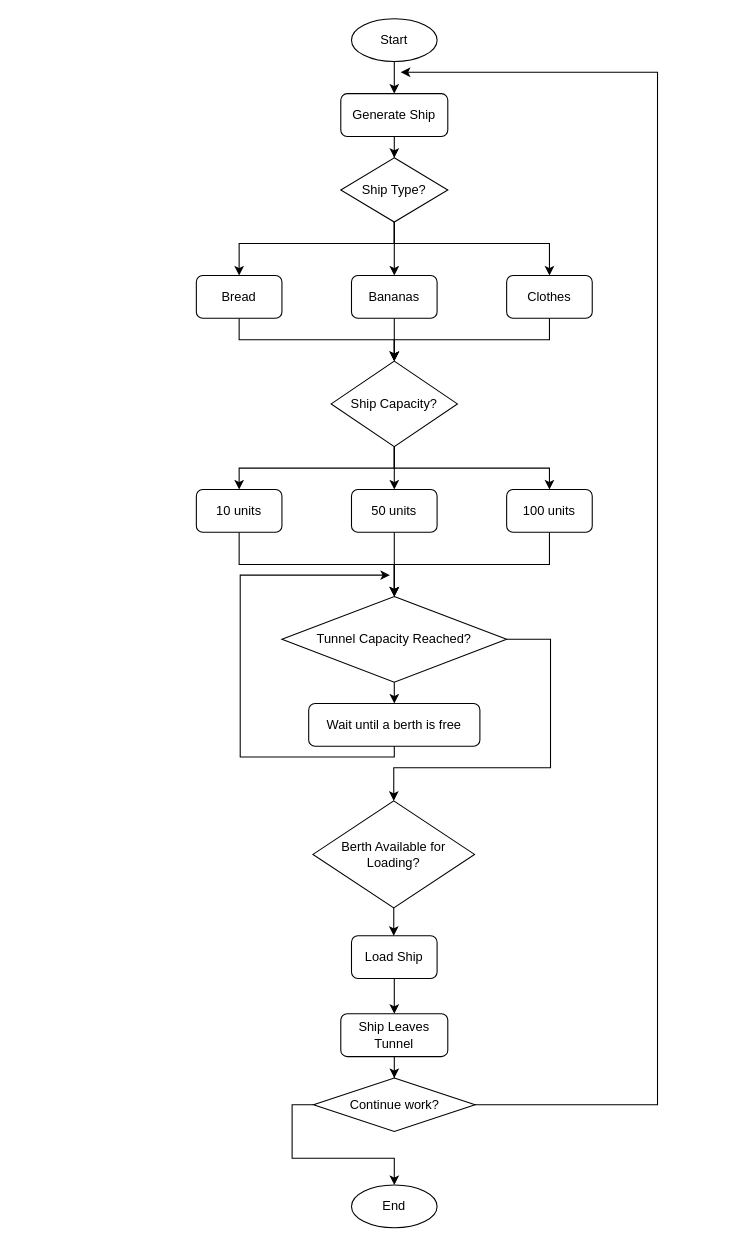
This is src/main/java/net/dunice/advancedjavaprojectacademy/tasks/block5/MultithreadingOnBoats.drawio from apoplyuiko/PoplyuykoAdvancedJava, a draw.io file, before an edit. Source tidied: cells renumbered, new cells numbered last; positions are measured from the earlier drawing's top-left corner, leaving out a move shared by most shapes. Both pictures are drawn from the tidied source at 107%, with x=0, y=0 at pixel (196, 18).
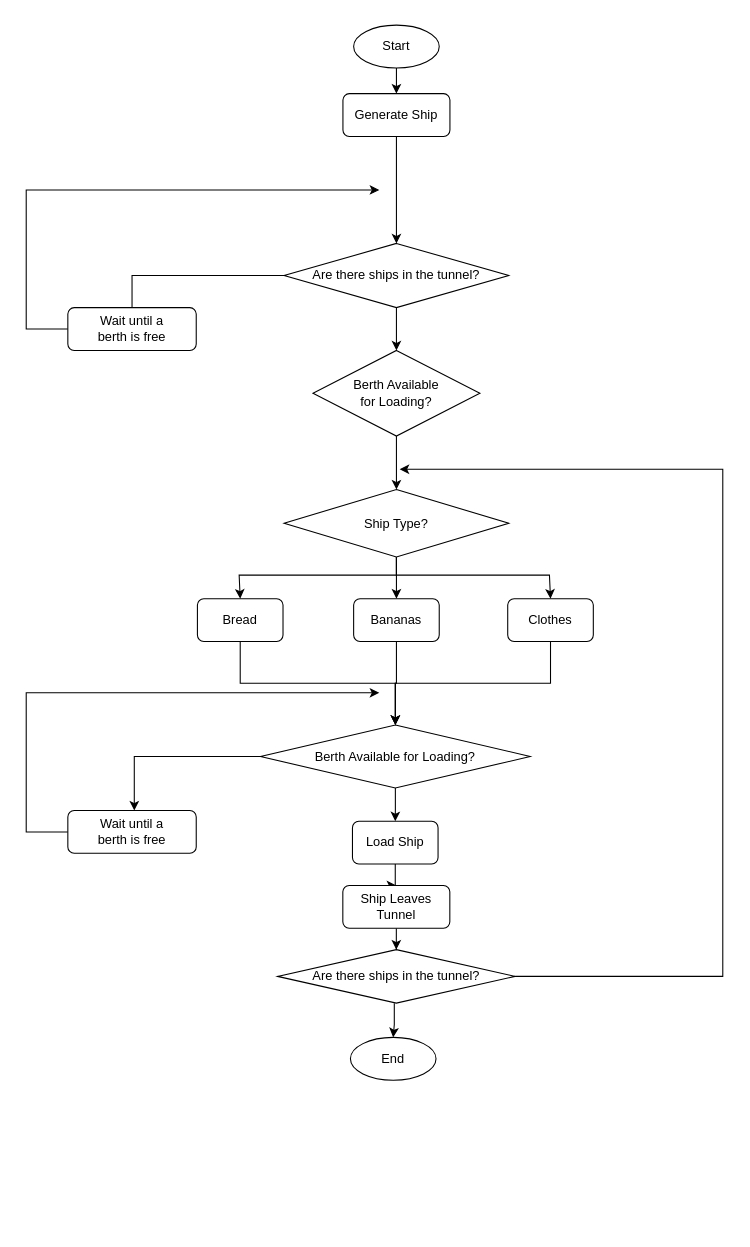
Above is the later version.

Commit message:
Fix diagram for block5

What changed in the source:
```diff
@@
-<mxGraphModel>
+<mxGraphModel background="#FFFFFF">
@@
-    <mxCell id="2" style="edgeStyle=orthogonalEdgeStyle;rounded=0;jettySize=auto;html=1;entryX=0.5;entryY=0;entryDx=0;entryDy=0;" parent="1" edge="1" source="3" target="5">
+    <mxCell id="2" style="edgeStyle=orthogonalEdgeStyle;rounded=0;jettySize=auto;html=1;entryX=0.5;entryY=0;entryDx=0;entryDy=0;strokeColor=#000000;" parent="1" edge="1" source="3" target="5">
       <mxGeometry relative="1" as="geometry" />
     </mxCell>
-    <mxCell id="3" value="Start" style="shape=ellipse;whiteSpace=wrap;html=1;" parent="1" vertex="1">
-      <mxGeometry x="145" width="80" height="40" as="geometry" />
+    <mxCell id="3" value="Start" style="shape=ellipse;whiteSpace=wrap;html=1;strokeColor=#000000;" parent="1" vertex="1">
+      <mxGeometry x="147" y="6" width="80" height="40" as="geometry" />
     </mxCell>
-    <mxCell id="4" style="edgeStyle=orthogonalEdgeStyle;rounded=0;jettySize=auto;html=1;entryX=0.5;entryY=0;entryDx=0;entryDy=0;" parent="1" edge="1" source="5" target="9">
-      <mxGeometry relative="1" as="geometry" />
-    </mxCell>
+    <mxCell id="41" style="edgeStyle=orthogonalEdgeStyle;rounded=0;jettySize=auto;html=1;strokeColor=#000000;" parent="1" edge="1" source="5" target="39">
+      <mxGeometry relative="1" as="geometry" />
+    </mxCell>
-    <mxCell id="5" value="Generate Ship" style="rounded=1;whiteSpace=wrap;html=1;" parent="1" vertex="1">
-      <mxGeometry x="135" y="70" width="100" height="40" as="geometry" />
+    <mxCell id="5" value="Generate Ship" style="rounded=1;whiteSpace=wrap;html=1;strokeColor=#000000;" parent="1" vertex="1">
+      <mxGeometry x="137" y="70" width="100" height="40" as="geometry" />
     </mxCell>
-    <mxCell id="6" style="edgeStyle=orthogonalEdgeStyle;rounded=0;jettySize=auto;html=1;entryX=0.5;entryY=0;entryDx=0;entryDy=0;" parent="1" edge="1" source="9" target="13">
-      <mxGeometry relative="1" as="geometry" />
-    </mxCell>
-    <mxCell id="7" style="edgeStyle=orthogonalEdgeStyle;rounded=0;jettySize=auto;html=1;" parent="1" edge="1" source="9" target="11">
-      <mxGeometry relative="1" as="geometry">
-        <Array as="points">
-          <mxPoint x="185" y="210" />
-          <mxPoint x="40" y="210" />
-        </Array>
-      </mxGeometry>
-    </mxCell>
-    <mxCell id="8" style="edgeStyle=orthogonalEdgeStyle;rounded=0;jettySize=auto;html=1;" parent="1" edge="1" source="9" target="15">
-      <mxGeometry relative="1" as="geometry">
-        <Array as="points">
-          <mxPoint x="185" y="210" />
-          <mxPoint x="330" y="210" />
-        </Array>
-      </mxGeometry>
-    </mxCell>
+    <mxCell id="42" style="edgeStyle=orthogonalEdgeStyle;rounded=0;jettySize=auto;html=1;entryX=0.5;entryY=0;entryDx=0;entryDy=0;strokeColor=#000000;" parent="1" edge="1" source="9" target="27">
+      <mxGeometry relative="1" as="geometry" />
+    </mxCell>
-    <mxCell id="9" value="Ship Type?" style="shape=rhombus;whiteSpace=wrap;html=1;" parent="1" vertex="1">
-      <mxGeometry x="135" y="130" width="100" height="60" as="geometry" />
+    <mxCell id="9" value="Berth Available &lt;br&gt;for Loading?" style="shape=rhombus;whiteSpace=wrap;html=1;strokeColor=#000000;" parent="1" vertex="1">
+      <mxGeometry x="109" y="310" width="156" height="80" as="geometry" />
     </mxCell>
-    <mxCell id="10" style="edgeStyle=orthogonalEdgeStyle;rounded=0;jettySize=auto;html=1;exitX=0.5;exitY=1;exitDx=0;exitDy=0;" parent="1" edge="1" source="11" target="19">
-      <mxGeometry relative="1" as="geometry" />
-    </mxCell>
+    <mxCell id="43" style="edgeStyle=orthogonalEdgeStyle;rounded=0;jettySize=auto;html=1;entryX=0.5;entryY=0;entryDx=0;entryDy=0;strokeColor=#000000;" parent="1" edge="1" source="11" target="31">
+      <mxGeometry relative="1" as="geometry" />
+    </mxCell>
-    <mxCell id="11" value="Bread" style="rounded=1;whiteSpace=wrap;html=1;" parent="1" vertex="1">
-      <mxGeometry y="240" width="80" height="40" as="geometry" />
+    <mxCell id="11" value="Bread" style="rounded=1;whiteSpace=wrap;html=1;strokeColor=#000000;" parent="1" vertex="1">
+      <mxGeometry x="1" y="542" width="80" height="40" as="geometry" />
     </mxCell>
-    <mxCell id="12" style="edgeStyle=orthogonalEdgeStyle;rounded=0;jettySize=auto;html=1;entryX=0.5;entryY=0;entryDx=0;entryDy=0;" parent="1" edge="1" source="13" target="19">
-      <mxGeometry relative="1" as="geometry" />
-    </mxCell>
+    <mxCell id="44" style="edgeStyle=orthogonalEdgeStyle;rounded=0;jettySize=auto;html=1;entryX=0.5;entryY=0;entryDx=0;entryDy=0;strokeColor=#000000;" parent="1" edge="1" source="13" target="31">
+      <mxGeometry relative="1" as="geometry" />
+    </mxCell>
-    <mxCell id="13" value="Bananas" style="rounded=1;whiteSpace=wrap;html=1;" parent="1" vertex="1">
-      <mxGeometry x="145" y="240" width="80" height="40" as="geometry" />
+    <mxCell id="13" value="Bananas" style="rounded=1;whiteSpace=wrap;html=1;strokeColor=#000000;" parent="1" vertex="1">
+      <mxGeometry x="147" y="542" width="80" height="40" as="geometry" />
     </mxCell>
-    <mxCell id="14" style="edgeStyle=orthogonalEdgeStyle;rounded=0;jettySize=auto;html=1;entryX=0.5;entryY=0;entryDx=0;entryDy=0;" parent="1" edge="1" source="15" target="19">
-      <mxGeometry relative="1" as="geometry">
-        <Array as="points">
-          <mxPoint x="330" y="300" />
-          <mxPoint x="185" y="300" />
-        </Array>
-      </mxGeometry>
-    </mxCell>
+    <mxCell id="45" style="edgeStyle=orthogonalEdgeStyle;rounded=0;jettySize=auto;html=1;entryX=0.5;entryY=0;entryDx=0;entryDy=0;strokeColor=#000000;" parent="1" edge="1" source="15" target="31">
+      <mxGeometry relative="1" as="geometry" />
+    </mxCell>
-    <mxCell id="15" value="Clothes" style="rounded=1;whiteSpace=wrap;html=1;" parent="1" vertex="1">
-      <mxGeometry x="290" y="240" width="80" height="40" as="geometry" />
+    <mxCell id="15" value="Clothes" style="rounded=1;whiteSpace=wrap;html=1;strokeColor=#000000;" parent="1" vertex="1">
+      <mxGeometry x="291" y="542" width="80" height="40" as="geometry" />
     </mxCell>
-    <mxCell id="16" style="edgeStyle=orthogonalEdgeStyle;rounded=0;jettySize=auto;html=1;entryX=0.5;entryY=0;entryDx=0;entryDy=0;exitX=0.5;exitY=1;exitDx=0;exitDy=0;" parent="1" edge="1" source="19" target="21">
-      <mxGeometry relative="1" as="geometry" />
+    <mxCell id="16" style="edgeStyle=orthogonalEdgeStyle;rounded=0;orthogonalLoop=1;jettySize=auto;html=1;entryX=0.5;entryY=0;entryDx=0;entryDy=0;exitX=0.5;exitY=1;exitDx=0;exitDy=0;" parent="1" edge="1">
+      <mxGeometry relative="1" as="geometry">
+        <mxPoint x="39" y="390" as="targetPoint" />
+      </mxGeometry>
     </mxCell>
-    <mxCell id="17" style="edgeStyle=orthogonalEdgeStyle;rounded=0;jettySize=auto;html=1;entryX=0.5;entryY=0;entryDx=0;entryDy=0;" parent="1" edge="1" source="19" target="23">
-      <mxGeometry relative="1" as="geometry" />
+    <mxCell id="17" style="edgeStyle=orthogonalEdgeStyle;rounded=0;orthogonalLoop=1;jettySize=auto;html=1;entryX=0.5;entryY=0;entryDx=0;entryDy=0;" parent="1" edge="1">
+      <mxGeometry relative="1" as="geometry">
+        <mxPoint x="185" y="390" as="targetPoint" />
+      </mxGeometry>
     </mxCell>
-    <mxCell id="18" style="edgeStyle=orthogonalEdgeStyle;rounded=0;jettySize=auto;html=1;entryX=0.5;entryY=0;entryDx=0;entryDy=0;exitX=0.5;exitY=1;exitDx=0;exitDy=0;" parent="1" edge="1" source="19" target="25">
-      <mxGeometry relative="1" as="geometry" />
-    </mxCell>
-    <mxCell id="19" value="Ship Capacity?" style="shape=rhombus;whiteSpace=wrap;html=1;" parent="1" vertex="1">
-      <mxGeometry x="126" y="320" width="118" height="80" as="geometry" />
-    </mxCell>
-    <mxCell id="20" style="edgeStyle=orthogonalEdgeStyle;rounded=0;jettySize=auto;html=1;" parent="1" edge="1" source="21" target="27">
-      <mxGeometry relative="1" as="geometry" />
-    </mxCell>
-    <mxCell id="21" value="10 units" style="rounded=1;whiteSpace=wrap;html=1;" parent="1" vertex="1">
-      <mxGeometry y="440" width="80" height="40" as="geometry" />
-    </mxCell>
-    <mxCell id="22" style="edgeStyle=orthogonalEdgeStyle;rounded=0;jettySize=auto;html=1;entryX=0.5;entryY=0;entryDx=0;entryDy=0;" parent="1" edge="1" source="23" target="27">
-      <mxGeometry relative="1" as="geometry" />
-    </mxCell>
-    <mxCell id="23" value="50 units" style="rounded=1;whiteSpace=wrap;html=1;" parent="1" vertex="1">
-      <mxGeometry x="145" y="440" width="80" height="40" as="geometry" />
-    </mxCell>
-    <mxCell id="24" style="edgeStyle=orthogonalEdgeStyle;rounded=0;jettySize=auto;html=1;entryX=0.5;entryY=0;entryDx=0;entryDy=0;" parent="1" edge="1" source="25" target="27">
-      <mxGeometry relative="1" as="geometry" />
-    </mxCell>
-    <mxCell id="25" value="100 units" style="rounded=1;whiteSpace=wrap;html=1;" parent="1" vertex="1">
-      <mxGeometry x="290" y="440" width="80" height="40" as="geometry" />
-    </mxCell>
-    <mxCell id="26" style="edgeStyle=orthogonalEdgeStyle;rounded=0;jettySize=auto;html=1;entryX=0.5;entryY=0;entryDx=0;entryDy=0;exitX=1;exitY=0.5;exitDx=0;exitDy=0;" parent="1" edge="1" source="27" target="31">
-      <mxGeometry relative="1" as="geometry">
-        <Array as="points">
-          <mxPoint x="331" y="580" />
-          <mxPoint x="331" y="700" />
-          <mxPoint x="185" y="700" />
-          <mxPoint x="185" y="731" />
-        </Array>
-      </mxGeometry>
-    </mxCell>
+    <mxCell id="46" style="edgeStyle=orthogonalEdgeStyle;rounded=0;jettySize=auto;html=1;entryX=0.5;entryY=0;entryDx=0;entryDy=0;exitX=0.5;exitY=1;exitDx=0;exitDy=0;strokeColor=#000000;" parent="1" edge="1" source="39" target="9">
+      <mxGeometry relative="1" as="geometry" />
+    </mxCell>
+    <mxCell id="47" style="edgeStyle=orthogonalEdgeStyle;rounded=0;jettySize=auto;html=1;exitX=0;exitY=0.5;exitDx=0;exitDy=0;strokeColor=#000000;" parent="1" edge="1" source="31" target="29">
+      <mxGeometry relative="1" as="geometry">
+        <Array as="points">
+          <mxPoint x="-58" y="690" />
+        </Array>
+      </mxGeometry>
+    </mxCell>
+    <mxCell id="48" style="edgeStyle=orthogonalEdgeStyle;rounded=0;jettySize=auto;html=1;entryX=0.5;entryY=0;entryDx=0;entryDy=0;strokeColor=#000000;" parent="1" edge="1" source="27" target="11">
+      <mxGeometry relative="1" as="geometry">
+        <Array as="points">
+          <mxPoint x="187" y="520" />
+          <mxPoint x="40" y="520" />
+          <mxPoint x="40" y="542" />
+        </Array>
+      </mxGeometry>
+    </mxCell>
+    <mxCell id="49" style="edgeStyle=orthogonalEdgeStyle;rounded=0;jettySize=auto;html=1;entryX=0.5;entryY=0;entryDx=0;entryDy=0;strokeColor=#000000;" parent="1" edge="1" source="27" target="13">
+      <mxGeometry relative="1" as="geometry" />
+    </mxCell>
+    <mxCell id="50" style="edgeStyle=orthogonalEdgeStyle;rounded=0;jettySize=auto;html=1;entryX=0.5;entryY=0;entryDx=0;entryDy=0;strokeColor=#000000;" parent="1" edge="1" source="27" target="15">
+      <mxGeometry relative="1" as="geometry">
+        <Array as="points">
+          <mxPoint x="187" y="520" />
+          <mxPoint x="330" y="520" />
+          <mxPoint x="330" y="542" />
+        </Array>
+      </mxGeometry>
+    </mxCell>
-    <mxCell id="27" value="Tunnel Capacity Reached?" style="shape=rhombus;whiteSpace=wrap;html=1;" parent="1" vertex="1">
-      <mxGeometry x="80" y="540" width="210" height="80" as="geometry" />
+    <mxCell id="27" value="Ship Type?" style="shape=rhombus;whiteSpace=wrap;html=1;strokeColor=#000000;" parent="1" vertex="1">
+      <mxGeometry x="82" y="440" width="210" height="63" as="geometry" />
     </mxCell>
-    <mxCell id="28" style="edgeStyle=orthogonalEdgeStyle;rounded=0;jettySize=auto;html=1;exitX=0.5;exitY=1;exitDx=0;exitDy=0;" parent="1" edge="1" source="29">
-      <mxGeometry relative="1" as="geometry">
-        <mxPoint x="181" y="520" as="targetPoint" />
-        <Array as="points">
-          <mxPoint x="185" y="690" />
-          <mxPoint x="41" y="690" />
-          <mxPoint x="41" y="520" />
-        </Array>
-      </mxGeometry>
-    </mxCell>
+    <mxCell id="51" style="edgeStyle=orthogonalEdgeStyle;rounded=0;jettySize=auto;html=1;strokeColor=#000000;" parent="1" edge="1" source="29">
+      <mxGeometry relative="1" as="geometry">
+        <mxPoint x="171" y="630" as="targetPoint" />
+        <Array as="points">
+          <mxPoint x="-159" y="760" />
+          <mxPoint x="-159" y="630" />
+        </Array>
+      </mxGeometry>
+    </mxCell>
-    <mxCell id="29" value="Wait until a berth is free" style="rounded=1;whiteSpace=wrap;html=1;" parent="1" vertex="1">
-      <mxGeometry x="105" y="640" width="160" height="40" as="geometry" />
+    <mxCell id="29" value="Wait until a &lt;br&gt;berth is free" style="rounded=1;whiteSpace=wrap;html=1;strokeColor=#000000;" parent="1" vertex="1">
+      <mxGeometry x="-120.1" y="740" width="120" height="40" as="geometry" />
     </mxCell>
-    <mxCell id="30" style="edgeStyle=orthogonalEdgeStyle;rounded=0;jettySize=auto;html=1;entryX=0.494;entryY=0.003;entryDx=0;entryDy=0;entryPerimeter=0;" parent="1" edge="1" source="31" target="33">
+    <mxCell id="30" style="edgeStyle=orthogonalEdgeStyle;rounded=0;jettySize=auto;html=1;entryX=0.5;entryY=0;entryDx=0;entryDy=0;strokeColor=#000000;" parent="1" edge="1" source="31" target="33">
       <mxGeometry relative="1" as="geometry" />
     </mxCell>
-    <mxCell id="31" value="Berth Available for Loading?" style="shape=rhombus;whiteSpace=wrap;html=1;" parent="1" vertex="1">
-      <mxGeometry x="109" y="731" width="151" height="100" as="geometry" />
+    <mxCell id="31" value="Berth Available for Loading?" style="shape=rhombus;whiteSpace=wrap;html=1;strokeColor=#000000;" parent="1" vertex="1">
+      <mxGeometry x="60" y="660" width="252" height="59" as="geometry" />
     </mxCell>
-    <mxCell id="32" style="edgeStyle=orthogonalEdgeStyle;rounded=0;jettySize=auto;html=1;entryX=0.5;entryY=0;entryDx=0;entryDy=0;" parent="1" edge="1" source="33" target="35">
+    <mxCell id="32" style="edgeStyle=orthogonalEdgeStyle;rounded=0;jettySize=auto;html=1;entryX=0.5;entryY=0;entryDx=0;entryDy=0;strokeColor=#000000;" parent="1" edge="1" source="33" target="35">
       <mxGeometry relative="1" as="geometry" />
     </mxCell>
-    <mxCell id="33" value="Load Ship" style="rounded=1;whiteSpace=wrap;html=1;" parent="1" vertex="1">
-      <mxGeometry x="145" y="857" width="80" height="40" as="geometry" />
+    <mxCell id="33" value="Load Ship" style="rounded=1;whiteSpace=wrap;html=1;strokeColor=#000000;" parent="1" vertex="1">
+      <mxGeometry x="145.9" y="750" width="80" height="40" as="geometry" />
     </mxCell>
-    <mxCell id="34" style="edgeStyle=orthogonalEdgeStyle;rounded=0;jettySize=auto;html=1;" parent="1" edge="1" source="35" target="40">
+    <mxCell id="34" style="edgeStyle=orthogonalEdgeStyle;rounded=0;jettySize=auto;html=1;strokeColor=#000000;" parent="1" edge="1" source="35" target="40">
       <mxGeometry relative="1" as="geometry" />
     </mxCell>
-    <mxCell id="35" value="Ship Leaves Tunnel" style="rounded=1;whiteSpace=wrap;html=1;" parent="1" vertex="1">
-      <mxGeometry x="135" y="930" width="100" height="40" as="geometry" />
+    <mxCell id="35" value="Ship Leaves Tunnel" style="rounded=1;whiteSpace=wrap;html=1;strokeColor=#000000;" parent="1" vertex="1">
+      <mxGeometry x="136.9" y="810" width="100" height="40" as="geometry" />
     </mxCell>
-    <mxCell id="36" value="End" style="shape=ellipse;whiteSpace=wrap;html=1;" parent="1" vertex="1">
-      <mxGeometry x="145" y="1090" width="80" height="40" as="geometry" />
+    <mxCell id="36" value="End" style="shape=ellipse;whiteSpace=wrap;html=1;strokeColor=#000000;" parent="1" vertex="1">
+      <mxGeometry x="144" y="952" width="80" height="40" as="geometry" />
     </mxCell>
-    <mxCell id="37" parent="1" edge="1" source="27" target="29">
-      <mxGeometry relative="1" as="geometry" />
-    </mxCell>
-    <mxCell id="38" style="edgeStyle=orthogonalEdgeStyle;rounded=0;jettySize=auto;html=1;entryX=0.5;entryY=0;entryDx=0;entryDy=0;exitX=0;exitY=0.5;exitDx=0;exitDy=0;" parent="1" edge="1" source="40" target="36">
-      <mxGeometry relative="1" as="geometry" />
+    <mxCell id="38" style="edgeStyle=orthogonalEdgeStyle;rounded=0;jettySize=auto;html=1;entryX=0.5;entryY=0;entryDx=0;entryDy=0;strokeColor=#000000;" parent="1" edge="1" source="40" target="36">
+      <mxGeometry relative="1" as="geometry">
+        <Array as="points">
+          <mxPoint x="185" y="940" />
+          <mxPoint x="185" y="940" />
+        </Array>
+      </mxGeometry>
     </mxCell>
+    <mxCell id="52" style="edgeStyle=orthogonalEdgeStyle;rounded=0;jettySize=auto;html=1;strokeColor=#000000;" parent="1" edge="1" source="40">
+      <mxGeometry relative="1" as="geometry">
+        <mxPoint x="190" y="421" as="targetPoint" />
+        <Array as="points">
+          <mxPoint x="492" y="895" />
+          <mxPoint x="492" y="421" />
+        </Array>
+      </mxGeometry>
+    </mxCell>
+    <mxCell id="40" value="Are there ships in the tunnel?" style="shape=rhombus;whiteSpace=wrap;html=1;strokeColor=#000000;" parent="1" vertex="1">
+      <mxGeometry x="75.9" y="870" width="222" height="50" as="geometry" />
+    </mxCell>
+    <mxCell id="53" style="edgeStyle=orthogonalEdgeStyle;rounded=0;jettySize=auto;html=1;entryX=0.5;entryY=0;entryDx=0;entryDy=0;strokeColor=#000000;" parent="1" edge="1" source="39" target="55">
+      <mxGeometry relative="1" as="geometry" />
+    </mxCell>
-    <mxCell id="39" style="edgeStyle=orthogonalEdgeStyle;rounded=0;jettySize=auto;html=1;" parent="1" edge="1" source="40">
-      <mxGeometry relative="1" as="geometry">
-        <mxPoint x="191" y="50" as="targetPoint" />
-        <Array as="points">
-          <mxPoint x="431" y="1015" />
-          <mxPoint x="431" y="50" />
-          <mxPoint x="235" y="50" />
-        </Array>
-      </mxGeometry>
+    <mxCell id="39" value="Are there ships in the tunnel?" style="shape=rhombus;whiteSpace=wrap;html=1;strokeColor=#000000;" parent="1" vertex="1">
+      <mxGeometry x="82" y="210" width="210" height="60" as="geometry" />
     </mxCell>
-    <mxCell id="40" value="Continue work?" style="shape=rhombus;whiteSpace=wrap;html=1;" parent="1" vertex="1">
-      <mxGeometry x="109.5" y="990" width="151" height="50" as="geometry" />
-    </mxCell>
+    <mxCell id="54" style="edgeStyle=orthogonalEdgeStyle;rounded=0;jettySize=auto;html=1;strokeColor=#000000;" parent="1" edge="1" source="55">
+      <mxGeometry relative="1" as="geometry">
+        <mxPoint x="171" y="160" as="targetPoint" />
+        <Array as="points">
+          <mxPoint x="-159" y="290" />
+          <mxPoint x="-159" y="160" />
+        </Array>
+      </mxGeometry>
+    </mxCell>
+    <mxCell id="55" value="Wait until a &lt;br&gt;berth is free" style="rounded=1;whiteSpace=wrap;html=1;strokeColor=#000000;" parent="1" vertex="1">
+      <mxGeometry x="-120.1" y="270" width="120" height="40" as="geometry" />
+    </mxCell>
```
